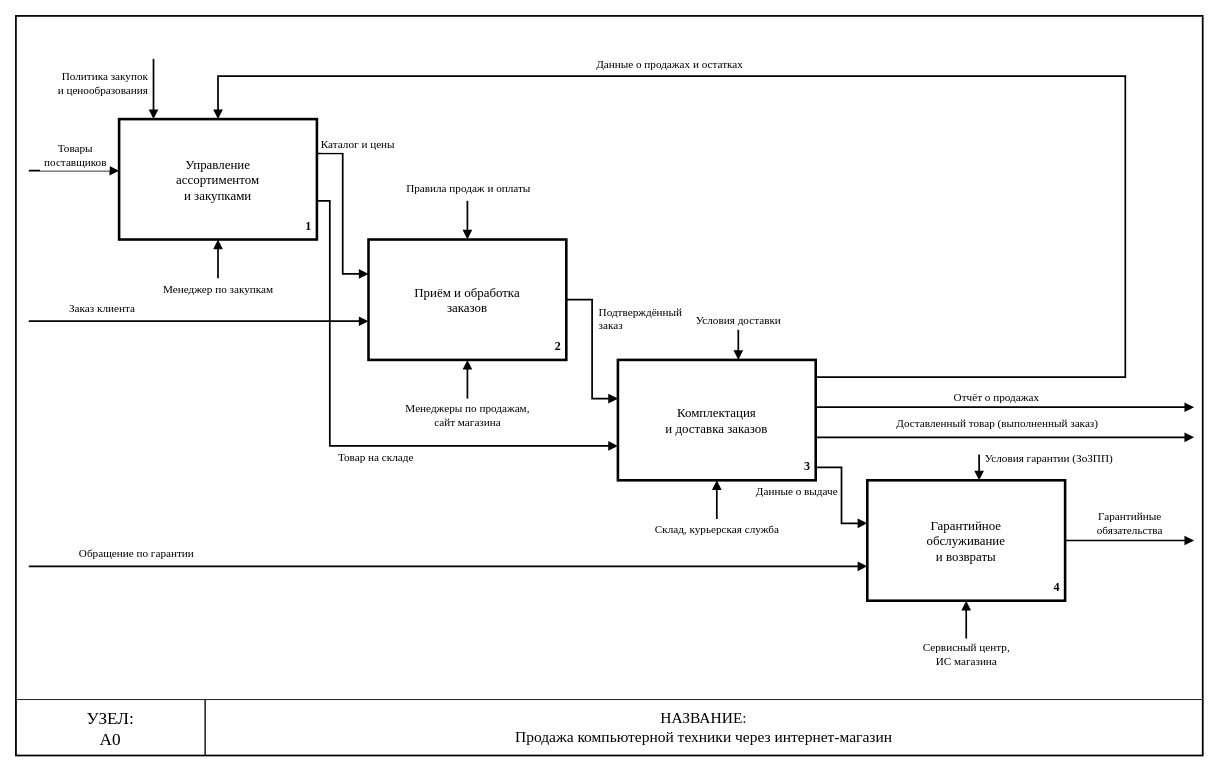
Before: docs/mbp-lr1/02_IDEF0_A0_декомпозиция.drawio in KsushaKhadzhinova/DSLKit-Project, a draw.io diagram. Source tidied: cells renumbered, new cells numbered last; positions are measured from the earlier drawing's top-left corner, leaving out a move shared by most shapes. Both pictures are drawn from the tidied source at 86%, with x=0, y=0 at pixel (15, 15).
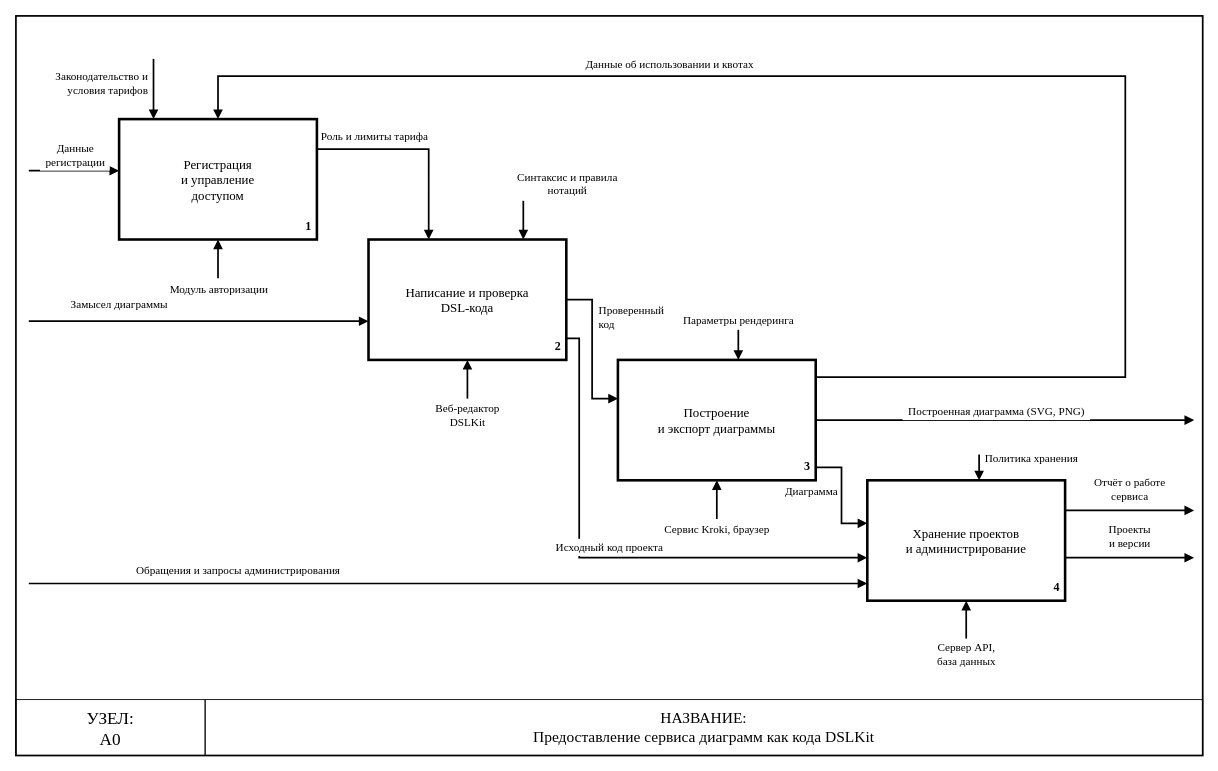
The same page after the edit.

Change to the diagram source:
```diff
@@
-    <mxCell id="4" value="НАЗВАНИЕ:&lt;br&gt;Продажа компьютерной техники через интернет-магазин" style="rounded=0;whiteSpace=wrap;html=1;fontFamily=Times New Roman;fontSize=18;fillColor=none;align=center;verticalAlign=middle;" parent="1" vertex="1">
+    <mxCell id="4" value="НАЗВАНИЕ:&lt;br&gt;Предоставление сервиса диаграмм как кода DSLKit" style="rounded=0;whiteSpace=wrap;html=1;fontFamily=Times New Roman;fontSize=18;fillColor=none;align=center;verticalAlign=middle;" parent="1" vertex="1">
       <mxGeometry x="220" y="795" width="1160" height="65" as="geometry" />
     </mxCell>
-    <mxCell id="5" value="Управление&lt;br&gt;ассортиментом&lt;br&gt;и закупками" style="rounded=0;whiteSpace=wrap;html=1;fontFamily=Times New Roman;fontSize=15;fillColor=#FFFFFF;strokeWidth=3;align=center;verticalAlign=middle;" parent="1" vertex="1">
+    <mxCell id="5" value="Регистрация&lt;br&gt;и управление&lt;br&gt;доступом" style="rounded=0;whiteSpace=wrap;html=1;fontFamily=Times New Roman;fontSize=15;fillColor=#FFFFFF;strokeWidth=3;align=center;verticalAlign=middle;" parent="1" vertex="1">
       <mxGeometry x="120" y="120" width="230" height="140" as="geometry" />
     </mxCell>
-    <mxCell id="6" value="Приём и обработка&lt;br&gt;заказов" style="rounded=0;whiteSpace=wrap;html=1;fontFamily=Times New Roman;fontSize=15;fillColor=#FFFFFF;strokeWidth=3;align=center;verticalAlign=middle;" parent="1" vertex="1">
+    <mxCell id="6" value="Написание и проверка&lt;br&gt;DSL-кода" style="rounded=0;whiteSpace=wrap;html=1;fontFamily=Times New Roman;fontSize=15;fillColor=#FFFFFF;strokeWidth=3;align=center;verticalAlign=middle;" parent="1" vertex="1">
       <mxGeometry x="410" y="260" width="230" height="140" as="geometry" />
     </mxCell>
-    <mxCell id="7" value="Комплектация&lt;br&gt;и доставка заказов" style="rounded=0;whiteSpace=wrap;html=1;fontFamily=Times New Roman;fontSize=15;fillColor=#FFFFFF;strokeWidth=3;align=center;verticalAlign=middle;" parent="1" vertex="1">
+    <mxCell id="7" value="Построение&lt;br&gt;и экспорт диаграммы" style="rounded=0;whiteSpace=wrap;html=1;fontFamily=Times New Roman;fontSize=15;fillColor=#FFFFFF;strokeWidth=3;align=center;verticalAlign=middle;" parent="1" vertex="1">
       <mxGeometry x="700" y="400" width="230" height="140" as="geometry" />
     </mxCell>
-    <mxCell id="8" value="Гарантийное&lt;br&gt;обслуживание&lt;br&gt;и возвраты" style="rounded=0;whiteSpace=wrap;html=1;fontFamily=Times New Roman;fontSize=15;fillColor=#FFFFFF;strokeWidth=3;align=center;verticalAlign=middle;" parent="1" vertex="1">
+    <mxCell id="8" value="Хранение проектов&lt;br&gt;и администрирование" style="rounded=0;whiteSpace=wrap;html=1;fontFamily=Times New Roman;fontSize=15;fillColor=#FFFFFF;strokeWidth=3;align=center;verticalAlign=middle;" parent="1" vertex="1">
       <mxGeometry x="990" y="540" width="230" height="140" as="geometry" />
     </mxCell>
@@
-    <mxCell id="15" style="endArrow=block;endFill=1;html=1;rounded=0;edgeStyle=none;strokeWidth=2;strokeColor=#000000;entryX=0.0000;entryY=0.7143;entryDx=0;entryDy=0;" parent="1" edge="1" target="8">
+    <mxCell id="15" style="endArrow=block;endFill=1;html=1;rounded=0;edgeStyle=none;strokeWidth=2;strokeColor=#000000;entryX=0.0000;entryY=0.8571;entryDx=0;entryDy=0;" parent="1" edge="1" target="8">
       <mxGeometry relative="1" as="geometry">
-        <mxPoint x="15" y="640" as="sourcePoint" />
+        <mxPoint x="15" y="660" as="sourcePoint" />
       </mxGeometry>
     </mxCell>
-    <mxCell id="16" style="endArrow=block;endFill=1;html=1;rounded=0;edgeStyle=none;strokeWidth=2;strokeColor=#000000;exitX=1.0000;exitY=0.2857;exitDx=0;exitDy=0;entryX=0.0000;entryY=0.2857;entryDx=0;entryDy=0;" parent="1" edge="1" source="5" target="6">
+    <mxCell id="16" style="endArrow=block;endFill=1;html=1;rounded=0;edgeStyle=none;strokeWidth=2;strokeColor=#000000;exitX=1.0000;exitY=0.2500;exitDx=0;exitDy=0;entryX=0.3043;entryY=0.0000;entryDx=0;entryDy=0;" parent="1" edge="1" source="5" target="6">
       <mxGeometry relative="1" as="geometry">
         <Array as="points">
-          <mxPoint x="380" y="160" />
-          <mxPoint x="380" y="300" />
+          <mxPoint x="480" y="155" />
         </Array>
       </mxGeometry>
     </mxCell>
-    <mxCell id="17" style="endArrow=block;endFill=1;html=1;rounded=0;edgeStyle=none;strokeWidth=2;strokeColor=#000000;exitX=1.0000;exitY=0.6786;exitDx=0;exitDy=0;entryX=0.0000;entryY=0.7143;entryDx=0;entryDy=0;" parent="1" edge="1" source="5" target="7">
+    <mxCell id="17" style="endArrow=block;endFill=1;html=1;rounded=0;edgeStyle=none;strokeWidth=2;strokeColor=#000000;exitX=1.0000;exitY=0.5000;exitDx=0;exitDy=0;entryX=0.0000;entryY=0.3214;entryDx=0;entryDy=0;" parent="1" edge="1" source="6" target="7">
       <mxGeometry relative="1" as="geometry">
         <Array as="points">
-          <mxPoint x="365" y="215" />
-          <mxPoint x="365" y="500" />
+          <mxPoint x="670" y="330" />
+          <mxPoint x="670" y="445" />
         </Array>
       </mxGeometry>
     </mxCell>
-    <mxCell id="18" style="endArrow=block;endFill=1;html=1;rounded=0;edgeStyle=none;strokeWidth=2;strokeColor=#000000;exitX=1.0000;exitY=0.5000;exitDx=0;exitDy=0;entryX=0.0000;entryY=0.3214;entryDx=0;entryDy=0;" parent="1" edge="1" source="6" target="7">
+    <mxCell id="18" style="endArrow=block;endFill=1;html=1;rounded=0;edgeStyle=none;strokeWidth=2;strokeColor=#000000;exitX=1.0000;exitY=0.8214;exitDx=0;exitDy=0;entryX=0.0000;entryY=0.6429;entryDx=0;entryDy=0;" parent="1" edge="1" source="6" target="8">
       <mxGeometry relative="1" as="geometry">
         <Array as="points">
-          <mxPoint x="670" y="330" />
-          <mxPoint x="670" y="445" />
+          <mxPoint x="655" y="375" />
+          <mxPoint x="655" y="630" />
         </Array>
       </mxGeometry>
     </mxCell>
@@
-    <mxCell id="21" style="endArrow=block;endFill=1;html=1;rounded=0;edgeStyle=none;strokeWidth=2;strokeColor=#000000;exitX=1.0000;exitY=0.3929;exitDx=0;exitDy=0;" parent="1" edge="1" source="7">
+    <mxCell id="21" style="endArrow=block;endFill=1;html=1;rounded=0;edgeStyle=none;strokeWidth=2;strokeColor=#000000;exitX=1.0000;exitY=0.5000;exitDx=0;exitDy=0;" parent="1" edge="1" source="7">
       <mxGeometry relative="1" as="geometry">
-        <mxPoint x="1370" y="455" as="targetPoint" />
+        <mxPoint x="1370" y="470" as="targetPoint" />
       </mxGeometry>
     </mxCell>
-    <mxCell id="22" style="endArrow=block;endFill=1;html=1;rounded=0;edgeStyle=none;strokeWidth=2;strokeColor=#000000;exitX=1.0000;exitY=0.6429;exitDx=0;exitDy=0;" parent="1" edge="1" source="7">
+    <mxCell id="22" style="endArrow=block;endFill=1;html=1;rounded=0;edgeStyle=none;strokeWidth=2;strokeColor=#000000;exitX=1.0000;exitY=0.2500;exitDx=0;exitDy=0;" parent="1" edge="1" source="8">
       <mxGeometry relative="1" as="geometry">
-        <mxPoint x="1370" y="490" as="targetPoint" />
+        <mxPoint x="1370" y="575" as="targetPoint" />
       </mxGeometry>
     </mxCell>
-    <mxCell id="23" style="endArrow=block;endFill=1;html=1;rounded=0;edgeStyle=none;strokeWidth=2;strokeColor=#000000;exitX=1.0000;exitY=0.5000;exitDx=0;exitDy=0;" parent="1" edge="1" source="8">
+    <mxCell id="23" style="endArrow=block;endFill=1;html=1;rounded=0;edgeStyle=none;strokeWidth=2;strokeColor=#000000;exitX=1.0000;exitY=0.6429;exitDx=0;exitDy=0;" parent="1" edge="1" source="8">
       <mxGeometry relative="1" as="geometry">
-        <mxPoint x="1370" y="610" as="targetPoint" />
+        <mxPoint x="1370" y="630" as="targetPoint" />
       </mxGeometry>
     </mxCell>
@@
-    <mxCell id="25" style="endArrow=block;endFill=1;html=1;rounded=0;edgeStyle=none;strokeWidth=2;strokeColor=#000000;entryX=0.5000;entryY=0.0000;entryDx=0;entryDy=0;" parent="1" edge="1" target="6">
+    <mxCell id="25" style="endArrow=block;endFill=1;html=1;rounded=0;edgeStyle=none;strokeWidth=2;strokeColor=#000000;entryX=0.7826;entryY=0.0000;entryDx=0;entryDy=0;" parent="1" edge="1" target="6">
       <mxGeometry relative="1" as="geometry">
-        <mxPoint x="525" y="215" as="sourcePoint" />
+        <mxPoint x="590" y="215" as="sourcePoint" />
       </mxGeometry>
     </mxCell>
@@
-    <mxCell id="32" value="Товары&lt;br&gt;поставщиков" style="rounded=0;whiteSpace=wrap;html=1;fontFamily=Times New Roman;fontSize=13;text;fillColor=#FFFFFF;strokeColor=none;align=center;verticalAlign=middle;whiteSpace=nowrap;spacing=0;" parent="1" vertex="1">
+    <mxCell id="32" value="Данные&lt;br&gt;регистрации" style="rounded=0;whiteSpace=wrap;html=1;fontFamily=Times New Roman;fontSize=13;text;fillColor=#FFFFFF;strokeColor=none;align=center;verticalAlign=middle;whiteSpace=nowrap;spacing=0;" parent="1" vertex="1">
       <mxGeometry x="28" y="144" width="81" height="36" as="geometry" />
     </mxCell>
-    <mxCell id="33" value="Заказ клиента" style="rounded=0;whiteSpace=wrap;html=1;fontFamily=Times New Roman;fontSize=13;text;fillColor=#FFFFFF;strokeColor=none;align=center;verticalAlign=middle;whiteSpace=nowrap;spacing=0;" parent="1" vertex="1">
-      <mxGeometry x="53" y="330" width="94" height="20" as="geometry" />
+    <mxCell id="33" value="Замысел диаграммы" style="rounded=0;whiteSpace=wrap;html=1;fontFamily=Times New Roman;fontSize=13;text;fillColor=#FFFFFF;strokeColor=none;align=center;verticalAlign=middle;whiteSpace=nowrap;spacing=0;" parent="1" vertex="1">
+      <mxGeometry x="60" y="325" width="120" height="20" as="geometry" />
     </mxCell>
-    <mxCell id="34" value="Обращение по гарантии" style="rounded=0;whiteSpace=wrap;html=1;fontFamily=Times New Roman;fontSize=13;text;fillColor=#FFFFFF;strokeColor=none;align=center;verticalAlign=middle;whiteSpace=nowrap;spacing=0;" parent="1" vertex="1">
-      <mxGeometry x="67" y="615" width="146" height="20" as="geometry" />
+    <mxCell id="34" value="Обращения и запросы администрирования" style="rounded=0;whiteSpace=wrap;html=1;fontFamily=Times New Roman;fontSize=13;text;fillColor=#FFFFFF;strokeColor=none;align=left;verticalAlign=middle;whiteSpace=nowrap;spacing=0;" parent="1" vertex="1">
+      <mxGeometry x="140" y="635" width="250" height="20" as="geometry" />
     </mxCell>
-    <mxCell id="35" value="Каталог и цены" style="rounded=0;whiteSpace=wrap;html=1;fontFamily=Times New Roman;fontSize=13;text;fillColor=#FFFFFF;strokeColor=none;align=left;verticalAlign=middle;whiteSpace=nowrap;spacing=0;" parent="1" vertex="1">
-      <mxGeometry x="355" y="139" width="101" height="20" as="geometry" />
+    <mxCell id="35" value="Роль и лимиты тарифа" style="rounded=0;whiteSpace=wrap;html=1;fontFamily=Times New Roman;fontSize=13;text;fillColor=#FFFFFF;strokeColor=none;align=left;verticalAlign=middle;whiteSpace=nowrap;spacing=0;" parent="1" vertex="1">
+      <mxGeometry x="355" y="130" width="140" height="20" as="geometry" />
     </mxCell>
-    <mxCell id="36" value="Товар на складе" style="rounded=0;whiteSpace=wrap;html=1;fontFamily=Times New Roman;fontSize=13;text;fillColor=#FFFFFF;strokeColor=none;align=left;verticalAlign=middle;whiteSpace=nowrap;spacing=0;" parent="1" vertex="1">
-      <mxGeometry x="375" y="503" width="107" height="20" as="geometry" />
+    <mxCell id="36" value="Проверенный&lt;br&gt;код" style="rounded=0;whiteSpace=wrap;html=1;fontFamily=Times New Roman;fontSize=13;text;fillColor=#FFFFFF;strokeColor=none;align=left;verticalAlign=middle;whiteSpace=nowrap;spacing=0;" parent="1" vertex="1">
+      <mxGeometry x="678" y="332" width="81" height="36" as="geometry" />
     </mxCell>
-    <mxCell id="37" value="Подтверждённый&lt;br&gt;заказ" style="rounded=0;whiteSpace=wrap;html=1;fontFamily=Times New Roman;fontSize=13;text;fillColor=#FFFFFF;strokeColor=none;align=left;verticalAlign=middle;whiteSpace=nowrap;spacing=0;" parent="1" vertex="1">
-      <mxGeometry x="678" y="334" width="101" height="36" as="geometry" />
+    <mxCell id="37" value="Исходный код проекта" style="rounded=0;whiteSpace=wrap;html=1;fontFamily=Times New Roman;fontSize=13;text;fillColor=#FFFFFF;strokeColor=none;align=center;verticalAlign=middle;whiteSpace=nowrap;spacing=0;" parent="1" vertex="1">
+      <mxGeometry x="620" y="608" width="140" height="20" as="geometry" />
     </mxCell>
-    <mxCell id="38" value="Данные о выдаче" style="rounded=0;whiteSpace=wrap;html=1;fontFamily=Times New Roman;fontSize=13;text;fillColor=#FFFFFF;strokeColor=none;align=right;verticalAlign=middle;whiteSpace=nowrap;spacing=0;" parent="1" vertex="1">
-      <mxGeometry x="848" y="543" width="107" height="20" as="geometry" />
+    <mxCell id="38" value="Диаграмма" style="rounded=0;whiteSpace=wrap;html=1;fontFamily=Times New Roman;fontSize=13;text;fillColor=#FFFFFF;strokeColor=none;align=right;verticalAlign=middle;whiteSpace=nowrap;spacing=0;" parent="1" vertex="1">
+      <mxGeometry x="887" y="543" width="68" height="20" as="geometry" />
     </mxCell>
-    <mxCell id="39" value="Данные о продажах и остатках" style="rounded=0;whiteSpace=wrap;html=1;fontFamily=Times New Roman;fontSize=13;text;fillColor=#FFFFFF;strokeColor=none;align=center;verticalAlign=middle;whiteSpace=nowrap;spacing=0;" parent="1" vertex="1">
-      <mxGeometry x="664" y="46" width="192" height="20" as="geometry" />
+    <mxCell id="39" value="Данные об использовании и квотах" style="rounded=0;whiteSpace=wrap;html=1;fontFamily=Times New Roman;fontSize=13;text;fillColor=#FFFFFF;strokeColor=none;align=center;verticalAlign=middle;whiteSpace=nowrap;spacing=0;" parent="1" vertex="1">
+      <mxGeometry x="651" y="46" width="218" height="20" as="geometry" />
     </mxCell>
-    <mxCell id="40" value="Отчёт о продажах" style="rounded=0;whiteSpace=wrap;html=1;fontFamily=Times New Roman;fontSize=13;text;fillColor=#FFFFFF;strokeColor=none;align=center;verticalAlign=middle;whiteSpace=nowrap;spacing=0;" parent="1" vertex="1">
-      <mxGeometry x="1083" y="433" width="114" height="20" as="geometry" />
+    <mxCell id="40" value="Построенная диаграмма (SVG, PNG)" style="rounded=0;whiteSpace=wrap;html=1;fontFamily=Times New Roman;fontSize=13;text;fillColor=#FFFFFF;strokeColor=none;align=center;verticalAlign=middle;whiteSpace=nowrap;spacing=0;" parent="1" vertex="1">
+      <mxGeometry x="1031" y="450" width="218" height="20" as="geometry" />
     </mxCell>
-    <mxCell id="41" value="Доставленный товар (выполненный заказ)" style="rounded=0;whiteSpace=wrap;html=1;fontFamily=Times New Roman;fontSize=13;text;fillColor=#FFFFFF;strokeColor=none;align=center;verticalAlign=middle;whiteSpace=nowrap;spacing=0;" parent="1" vertex="1">
-      <mxGeometry x="1012" y="464" width="257" height="20" as="geometry" />
+    <mxCell id="41" value="Отчёт о работе&lt;br&gt;сервиса" style="rounded=0;whiteSpace=wrap;html=1;fontFamily=Times New Roman;fontSize=13;text;fillColor=#FFFFFF;strokeColor=none;align=center;verticalAlign=middle;whiteSpace=nowrap;spacing=0;" parent="1" vertex="1">
+      <mxGeometry x="1244" y="532" width="101" height="36" as="geometry" />
     </mxCell>
-    <mxCell id="42" value="Гарантийные&lt;br&gt;обязательства" style="rounded=0;whiteSpace=wrap;html=1;fontFamily=Times New Roman;fontSize=13;text;fillColor=#FFFFFF;strokeColor=none;align=center;verticalAlign=middle;whiteSpace=nowrap;spacing=0;" parent="1" vertex="1">
-      <mxGeometry x="1248" y="572" width="94" height="36" as="geometry" />
+    <mxCell id="42" value="Проекты&lt;br&gt;и версии" style="rounded=0;whiteSpace=wrap;html=1;fontFamily=Times New Roman;fontSize=13;text;fillColor=#FFFFFF;strokeColor=none;align=center;verticalAlign=middle;whiteSpace=nowrap;spacing=0;" parent="1" vertex="1">
+      <mxGeometry x="1264" y="587" width="62" height="36" as="geometry" />
     </mxCell>
-    <mxCell id="43" value="Условия гарантии (ЗоЗПП)" style="rounded=0;whiteSpace=wrap;html=1;fontFamily=Times New Roman;fontSize=13;text;fillColor=#FFFFFF;strokeColor=none;align=left;verticalAlign=middle;whiteSpace=nowrap;spacing=0;" parent="1" vertex="1">
-      <mxGeometry x="1127" y="504" width="166" height="20" as="geometry" />
+    <mxCell id="43" value="Политика хранения" style="rounded=0;whiteSpace=wrap;html=1;fontFamily=Times New Roman;fontSize=13;text;fillColor=#FFFFFF;strokeColor=none;align=left;verticalAlign=middle;whiteSpace=nowrap;spacing=0;" parent="1" vertex="1">
+      <mxGeometry x="1127" y="504" width="120" height="20" as="geometry" />
     </mxCell>
-    <mxCell id="44" value="Политика закупок&lt;br&gt;и ценообразования" style="rounded=0;whiteSpace=wrap;html=1;fontFamily=Times New Roman;fontSize=13;text;fillColor=#FFFFFF;strokeColor=none;align=right;verticalAlign=middle;whiteSpace=nowrap;spacing=0;" parent="1" vertex="1">
-      <mxGeometry x="33" y="60" width="120" height="36" as="geometry" />
+    <mxCell id="44" value="Законодательство и&lt;br&gt;условия тарифов" style="rounded=0;whiteSpace=wrap;html=1;fontFamily=Times New Roman;fontSize=13;text;fillColor=#FFFFFF;strokeColor=none;align=right;verticalAlign=middle;whiteSpace=nowrap;spacing=0;" parent="1" vertex="1">
+      <mxGeometry x="26" y="60" width="127" height="36" as="geometry" />
     </mxCell>
-    <mxCell id="45" value="Правила продаж и оплаты" style="rounded=0;whiteSpace=wrap;html=1;fontFamily=Times New Roman;fontSize=13;text;fillColor=#FFFFFF;strokeColor=none;align=center;verticalAlign=middle;whiteSpace=nowrap;spacing=0;" parent="1" vertex="1">
-      <mxGeometry x="446" y="190" width="159" height="20" as="geometry" />
+    <mxCell id="45" value="Синтаксис и правила&lt;br&gt;нотаций" style="rounded=0;whiteSpace=wrap;html=1;fontFamily=Times New Roman;fontSize=13;text;fillColor=#FFFFFF;strokeColor=none;align=center;verticalAlign=middle;whiteSpace=nowrap;spacing=0;" parent="1" vertex="1">
+      <mxGeometry x="574" y="177" width="133" height="36" as="geometry" />
     </mxCell>
-    <mxCell id="46" value="Условия доставки" style="rounded=0;whiteSpace=wrap;html=1;fontFamily=Times New Roman;fontSize=13;text;fillColor=#FFFFFF;strokeColor=none;align=center;verticalAlign=middle;whiteSpace=nowrap;spacing=0;" parent="1" vertex="1">
-      <mxGeometry x="783" y="344" width="114" height="20" as="geometry" />
+    <mxCell id="46" value="Параметры рендеринга" style="rounded=0;whiteSpace=wrap;html=1;fontFamily=Times New Roman;fontSize=13;text;fillColor=#FFFFFF;strokeColor=none;align=center;verticalAlign=middle;whiteSpace=nowrap;spacing=0;" parent="1" vertex="1">
+      <mxGeometry x="770" y="344" width="140" height="20" as="geometry" />
     </mxCell>
-    <mxCell id="47" value="Менеджер по закупкам" style="rounded=0;whiteSpace=wrap;html=1;fontFamily=Times New Roman;fontSize=13;text;fillColor=#FFFFFF;strokeColor=none;align=center;verticalAlign=middle;whiteSpace=nowrap;spacing=0;" parent="1" vertex="1">
-      <mxGeometry x="165" y="308" width="140" height="20" as="geometry" />
+    <mxCell id="47" value="Модуль авторизации" style="rounded=0;whiteSpace=wrap;html=1;fontFamily=Times New Roman;fontSize=13;text;fillColor=#FFFFFF;strokeColor=none;align=center;verticalAlign=middle;whiteSpace=nowrap;spacing=0;" parent="1" vertex="1">
+      <mxGeometry x="172" y="308" width="127" height="20" as="geometry" />
     </mxCell>
-    <mxCell id="48" value="Менеджеры по продажам,&lt;br&gt;сайт магазина" style="rounded=0;whiteSpace=wrap;html=1;fontFamily=Times New Roman;fontSize=13;text;fillColor=#FFFFFF;strokeColor=none;align=center;verticalAlign=middle;whiteSpace=nowrap;spacing=0;" parent="1" vertex="1">
-      <mxGeometry x="448" y="446" width="153" height="36" as="geometry" />
+    <mxCell id="48" value="Веб-редактор&lt;br&gt;DSLKit" style="rounded=0;whiteSpace=wrap;html=1;fontFamily=Times New Roman;fontSize=13;text;fillColor=#FFFFFF;strokeColor=none;align=center;verticalAlign=middle;whiteSpace=nowrap;spacing=0;" parent="1" vertex="1">
+      <mxGeometry x="481" y="446" width="88" height="36" as="geometry" />
     </mxCell>
-    <mxCell id="49" value="Склад, курьерская служба" style="rounded=0;whiteSpace=wrap;html=1;fontFamily=Times New Roman;fontSize=13;text;fillColor=#FFFFFF;strokeColor=none;align=center;verticalAlign=middle;whiteSpace=nowrap;spacing=0;" parent="1" vertex="1">
-      <mxGeometry x="732" y="587" width="166" height="20" as="geometry" />
+    <mxCell id="49" value="Сервис Kroki, браузер" style="rounded=0;whiteSpace=wrap;html=1;fontFamily=Times New Roman;fontSize=13;text;fillColor=#FFFFFF;strokeColor=none;align=center;verticalAlign=middle;whiteSpace=nowrap;spacing=0;" parent="1" vertex="1">
+      <mxGeometry x="742" y="587" width="146" height="20" as="geometry" />
     </mxCell>
-    <mxCell id="50" value="Сервисный центр,&lt;br&gt;ИС магазина" style="rounded=0;whiteSpace=wrap;html=1;fontFamily=Times New Roman;fontSize=13;text;fillColor=#FFFFFF;strokeColor=none;align=center;verticalAlign=middle;whiteSpace=nowrap;spacing=0;" parent="1" vertex="1">
-      <mxGeometry x="1048" y="724" width="114" height="36" as="geometry" />
+    <mxCell id="50" value="Сервер API,&lt;br&gt;база данных" style="rounded=0;whiteSpace=wrap;html=1;fontFamily=Times New Roman;fontSize=13;text;fillColor=#FFFFFF;strokeColor=none;align=center;verticalAlign=middle;whiteSpace=nowrap;spacing=0;" parent="1" vertex="1">
+      <mxGeometry x="1064" y="724" width="81" height="36" as="geometry" />
     </mxCell>
```
